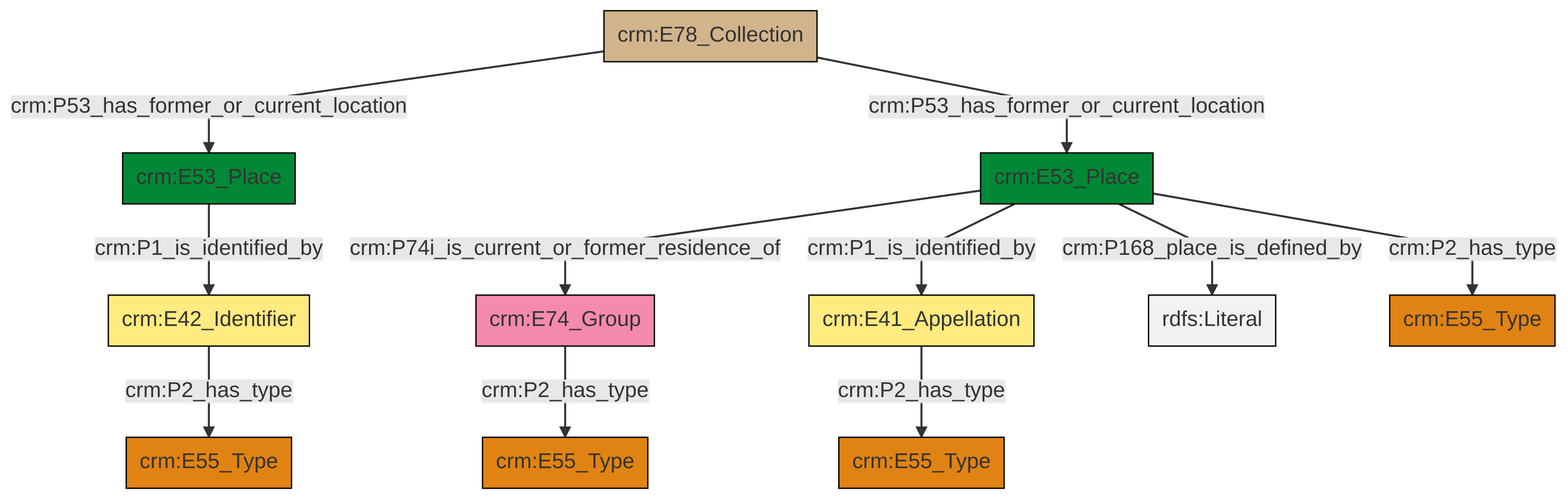
Before: et/archivalCSV/ttl/mmd/png/archival_location.png, a diagram exported from Mermaid (swiss-art-research-net/docs.swissartresearch). Its source is kept beside it as et/archivalCSV/ttl/mmd/archival_location.ttl.mmd.
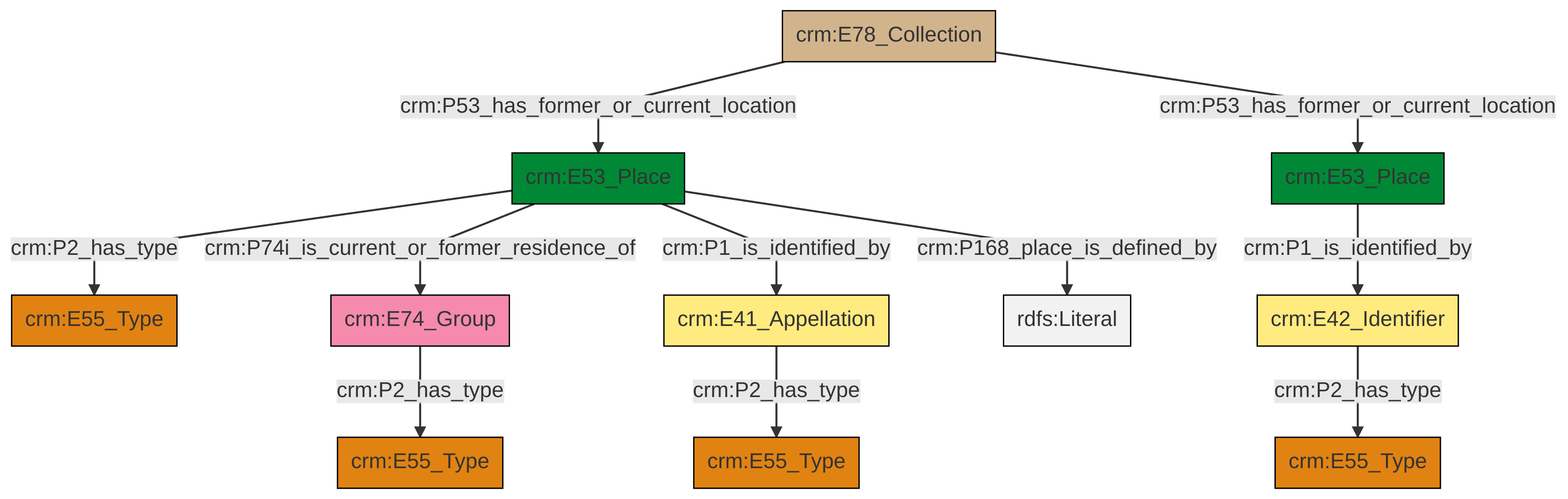
After the change.

Change to the diagram source:
```diff
@@ -13,13 +13,13 @@
 classDef PC_Classes fill:#4ce600, stroke:#000000;
 classDef Multi fill:#cccccc,stroke:#000000;
 
-0["crm:E74_Group"]:::Actor -->|crm:P2_has_type| 1["crm:E55_Type"]:::Type
-2["crm:E42_Identifier"]:::Appellation -->|crm:P2_has_type| 3["crm:E55_Type"]:::Type
-8["crm:E53_Place"]:::Place -->|crm:P168_place_is_defined_by| 9[rdfs:Literal]:::Literal
-6["crm:E53_Place"]:::Place -->|crm:P1_is_identified_by| 2["crm:E42_Identifier"]:::Appellation
-8["crm:E53_Place"]:::Place -->|crm:P2_has_type| 11["crm:E55_Type"]:::Type
-15["crm:E78_Collection"]:::Physical_Thing -->|crm:P53_has_former_or_current_location| 6["crm:E53_Place"]:::Place
-4["crm:E41_Appellation"]:::Appellation -->|crm:P2_has_type| 12["crm:E55_Type"]:::Type
-8["crm:E53_Place"]:::Place -->|crm:P74i_is_current_or_former_residence_of| 0["crm:E74_Group"]:::Actor
-15["crm:E78_Collection"]:::Physical_Thing -->|crm:P53_has_former_or_current_location| 8["crm:E53_Place"]:::Place
-8["crm:E53_Place"]:::Place -->|crm:P1_is_identified_by| 4["crm:E41_Appellation"]:::Appellation
+0["crm:E53_Place"]:::Place -->|crm:P2_has_type| 2["crm:E55_Type"]:::Type
+4["crm:E42_Identifier"]:::Appellation -->|crm:P2_has_type| 5["crm:E55_Type"]:::Type
+0["crm:E53_Place"]:::Place -->|crm:P74i_is_current_or_former_residence_of| 6["crm:E74_Group"]:::Actor
+11["crm:E41_Appellation"]:::Appellation -->|crm:P2_has_type| 7["crm:E55_Type"]:::Type
+0["crm:E53_Place"]:::Place -->|crm:P1_is_identified_by| 11["crm:E41_Appellation"]:::Appellation
+0["crm:E53_Place"]:::Place -->|crm:P168_place_is_defined_by| 19[rdfs:Literal]:::Literal
+9["crm:E78_Collection"]:::Physical_Thing -->|crm:P53_has_former_or_current_location| 0["crm:E53_Place"]:::Place
+6["crm:E74_Group"]:::Actor -->|crm:P2_has_type| 17["crm:E55_Type"]:::Type
+12["crm:E53_Place"]:::Place -->|crm:P1_is_identified_by| 4["crm:E42_Identifier"]:::Appellation
+9["crm:E78_Collection"]:::Physical_Thing -->|crm:P53_has_former_or_current_location| 12["crm:E53_Place"]:::Place
```
